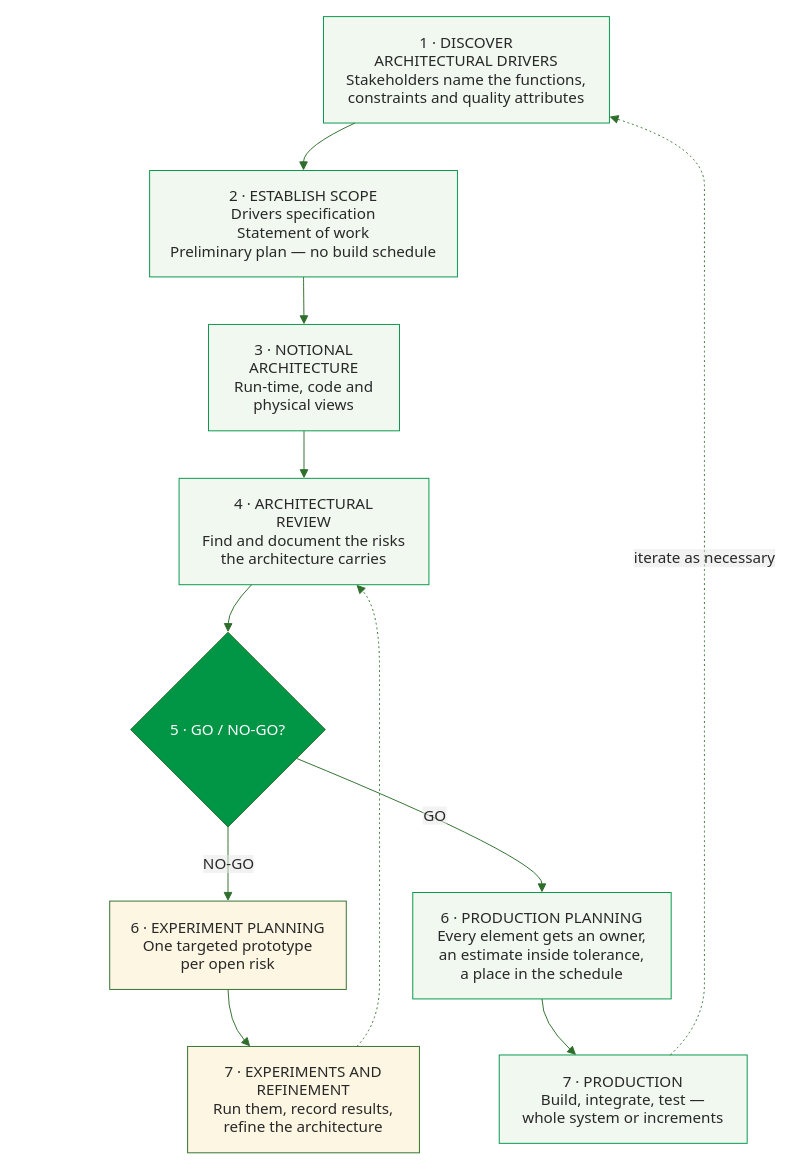
Above: images/acdm.drawio in msdbok/msdbok.github.io (draw.io), before the change. Source tidied: cells renumbered, new cells numbered last; positions are measured from the earlier drawing's top-left corner, leaving out a move shared by most shapes. Both pictures are drawn from the tidied source at 95%, with x=0, y=0 at pixel (109, 16).
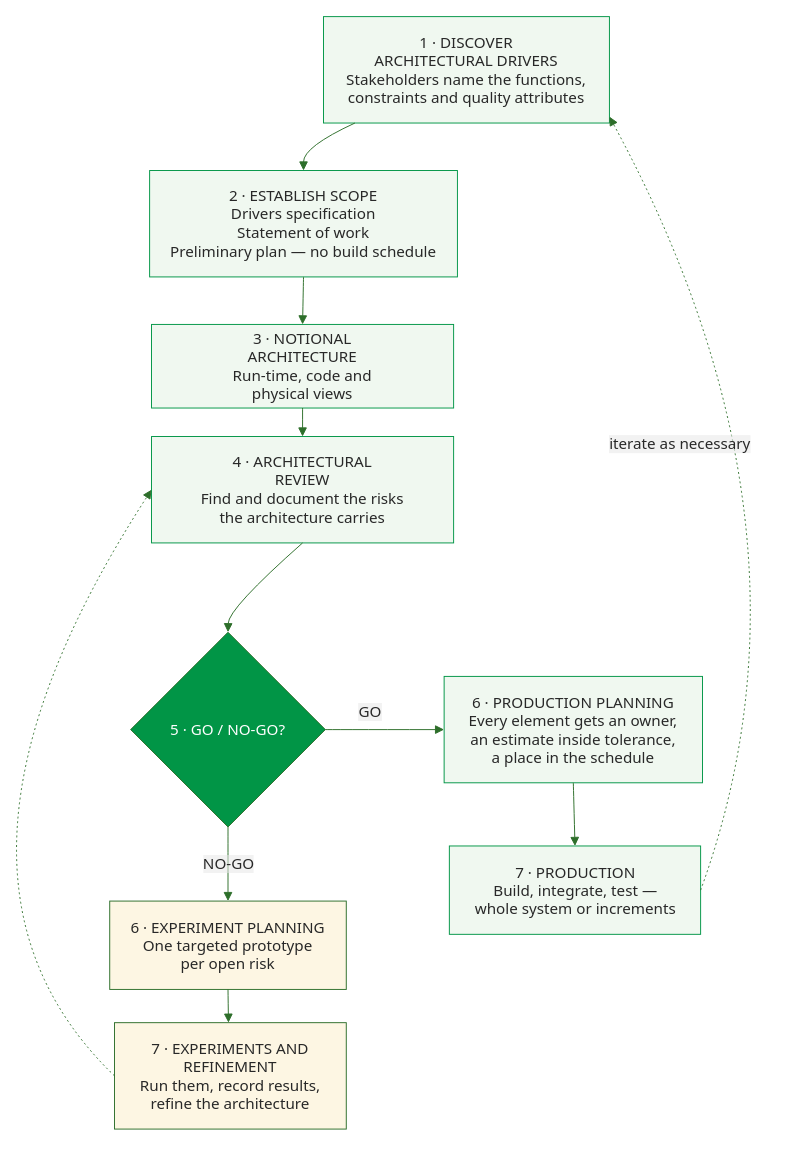
The same page after the edit.

The change refers to these unchanged cells:
```xml
<mxCell id="2" value="1 · DISCOVER&#10;ARCHITECTURAL DRIVERS&#10;Stakeholders name the functions,&#10;constraints and quality attributes" style="html=1;whiteSpace=wrap;strokeWidth=1;fillColor=#f0f8f0;strokeColor=#019546;fontColor=#282828;fontFamily=Tahoma,Verdana,DejaVu Sans,sans-serif;fontSize=16;" parent="1" vertex="1">
  <mxGeometry x="225" width="301" height="112" as="geometry" />
</mxCell>
<mxCell id="6" value="5 · GO / NO-GO?" style="rhombus;html=1;strokeWidth=1;whiteSpace=wrap;fillColor=#019546;strokeColor=#2D6E2A;fontColor=#ffffff;fontFamily=Tahoma,Verdana,DejaVu Sans,sans-serif;fontSize=16;" parent="1" vertex="1">
  <mxGeometry x="22" y="648" width="205" height="205" as="geometry" />
</mxCell>
<mxCell id="7" value="6 · EXPERIMENT PLANNING&#10;One targeted prototype&#10;per open risk" style="html=1;whiteSpace=wrap;strokeWidth=1;fillColor=#fdf6e3;strokeColor=#2D6E2A;fontColor=#282828;fontFamily=Tahoma,Verdana,DejaVu Sans,sans-serif;fontSize=16;" parent="1" vertex="1">
  <mxGeometry y="931" width="249" height="93" as="geometry" />
</mxCell>
```

Change to the diagram source:
```diff
@@
     <mxCell id="4" value="3 · NOTIONAL&#10;ARCHITECTURE&#10;Run-time, code and&#10;physical views" style="html=1;whiteSpace=wrap;strokeWidth=1;fillColor=#f0f8f0;strokeColor=#019546;fontColor=#282828;fontFamily=Tahoma,Verdana,DejaVu Sans,sans-serif;fontSize=16;" parent="1" vertex="1">
-      <mxGeometry x="104" y="324" width="201" height="112" as="geometry" />
+      <mxGeometry x="44" y="324" width="318" height="88" as="geometry" />
     </mxCell>
     <mxCell id="5" value="4 · ARCHITECTURAL&#10;REVIEW&#10;Find and document the risks&#10;the architecture carries" style="html=1;whiteSpace=wrap;strokeWidth=1;fillColor=#f0f8f0;strokeColor=#019546;fontColor=#282828;fontFamily=Tahoma,Verdana,DejaVu Sans,sans-serif;fontSize=16;" parent="1" vertex="1">
-      <mxGeometry x="73" y="486" width="263" height="112" as="geometry" />
+      <mxGeometry x="44" y="442" width="318" height="112" as="geometry" />
     </mxCell>
@@
     <mxCell id="8" value="7 · EXPERIMENTS AND&#10;REFINEMENT&#10;Run them, record results,&#10;refine the architecture" style="html=1;whiteSpace=wrap;strokeWidth=1;fillColor=#fdf6e3;strokeColor=#2D6E2A;fontColor=#282828;fontFamily=Tahoma,Verdana,DejaVu Sans,sans-serif;fontSize=16;" parent="1" vertex="1">
-      <mxGeometry x="82" y="1084" width="244" height="112" as="geometry" />
+      <mxGeometry x="5" y="1059" width="244" height="112" as="geometry" />
     </mxCell>
     <mxCell id="9" value="6 · PRODUCTION PLANNING&#10;Every element gets an owner,&#10;an estimate inside tolerance,&#10;a place in the schedule" style="html=1;whiteSpace=wrap;strokeWidth=1;fillColor=#f0f8f0;strokeColor=#019546;fontColor=#282828;fontFamily=Tahoma,Verdana,DejaVu Sans,sans-serif;fontSize=16;" parent="1" vertex="1">
-      <mxGeometry x="319" y="922" width="272" height="112" as="geometry" />
+      <mxGeometry x="352" y="694.5" width="272" height="112" as="geometry" />
     </mxCell>
     <mxCell id="10" value="7 · PRODUCTION&#10;Build, integrate, test —&#10;whole system or increments" style="html=1;whiteSpace=wrap;strokeWidth=1;fillColor=#f0f8f0;strokeColor=#019546;fontColor=#282828;fontFamily=Tahoma,Verdana,DejaVu Sans,sans-serif;fontSize=16;" parent="1" vertex="1">
-      <mxGeometry x="410" y="1093" width="261" height="93" as="geometry" />
+      <mxGeometry x="357.5" y="873" width="264.5" height="93" as="geometry" />
     </mxCell>
@@
-    <mxCell id="14" style="curved=1;startArrow=none;endArrow=block;endSize=7;strokeColor=#2D6E2A;exitX=0.29;exitY=1;entryX=0.5;entryY=0;" parent="1" edge="1" source="5" target="6">
+    <mxCell id="14" style="curved=1;startArrow=none;endArrow=block;endSize=7;strokeColor=#2D6E2A;exitX=0.5;exitY=1;entryX=0.5;entryY=0;exitDx=0;exitDy=0;" parent="1" edge="1" source="5" target="6">
       <mxGeometry relative="1" as="geometry">
         <Array as="points">
           <mxPoint x="125" y="623" />
         </Array>
       </mxGeometry>
     </mxCell>
@@
-    <mxCell id="16" style="curved=1;startArrow=none;endArrow=block;endSize=7;strokeColor=#2D6E2A;exitX=0.5;exitY=1;entryX=0.27;entryY=0;" parent="1" edge="1" source="7" target="8">
+    <mxCell id="16" style="curved=1;startArrow=none;endArrow=block;endSize=7;strokeColor=#2D6E2A;exitX=0.5;exitY=1;" parent="1" edge="1" source="7">
       <mxGeometry relative="1" as="geometry">
-        <Array as="points">
-          <mxPoint x="125" y="1059" />
-        </Array>
+        <mxPoint x="125" y="1059" as="targetPoint" />
       </mxGeometry>
     </mxCell>
-    <mxCell id="17" style="curved=1;dashed=1;dashPattern=2 3;fixDash=1;startArrow=none;endArrow=block;endSize=7;strokeColor=#2D6E2A;exitX=0.73;exitY=0;entryX=0.71;entryY=1;" parent="1" edge="1" source="8" target="5">
+    <mxCell id="17" style="curved=1;dashed=1;dashPattern=2 3;fixDash=1;startArrow=none;endArrow=block;endSize=7;strokeColor=#2D6E2A;exitX=0;exitY=0.5;entryX=0;entryY=0.5;entryDx=0;entryDy=0;exitDx=0;exitDy=0;" parent="1" edge="1" source="8" target="5">
       <mxGeometry relative="1" as="geometry">
         <Array as="points">
-          <mxPoint x="284" y="1059" />
-          <mxPoint x="284" y="978" />
-          <mxPoint x="284" y="887" />
-          <mxPoint x="284" y="750" />
-          <mxPoint x="284" y="623" />
+          <mxPoint x="-217" y="901" />
         </Array>
       </mxGeometry>
     </mxCell>
-    <mxCell id="18" value="GO" style="curved=1;startArrow=none;endArrow=block;endSize=7;strokeColor=#2D6E2A;html=1;fontSize=16;labelBackgroundColor=light-dark(#E8E8E88D,#2a2a2a8D);fontFamily=Tahoma,Verdana,DejaVu Sans,sans-serif;fontColor=#282828;exitX=1;exitY=0.71;entryX=0.5;entryY=0;" parent="1" edge="1" source="6" target="9">
-      <mxGeometry relative="1" as="geometry">
-        <Array as="points">
-          <mxPoint x="455" y="887" />
-        </Array>
-      </mxGeometry>
+    <mxCell id="18" value="GO" style="curved=1;startArrow=none;endArrow=block;endSize=7;strokeColor=#2D6E2A;html=1;fontSize=16;labelBackgroundColor=light-dark(#E8E8E88D,#2a2a2a8D);fontFamily=Tahoma,Verdana,DejaVu Sans,sans-serif;fontColor=#282828;exitX=1;exitY=0.5;entryX=0;entryY=0.5;entryDx=0;entryDy=0;exitDx=0;exitDy=0;" parent="1" edge="1" source="6" target="9">
+      <mxGeometry x="-0.25" y="19" relative="1" as="geometry" />
     </mxCell>
-    <mxCell id="19" style="curved=1;startArrow=none;endArrow=block;endSize=7;strokeColor=#2D6E2A;exitX=0.5;exitY=1;entryX=0.31;entryY=0;" parent="1" edge="1" source="9" target="10">
-      <mxGeometry relative="1" as="geometry">
-        <Array as="points">
-          <mxPoint x="455" y="1059" />
-        </Array>
-      </mxGeometry>
+    <mxCell id="19" style="curved=1;startArrow=none;endArrow=block;endSize=7;strokeColor=#2D6E2A;exitX=0.5;exitY=1;entryX=0.5;entryY=0;entryDx=0;entryDy=0;" parent="1" edge="1" source="9" target="10">
+      <mxGeometry relative="1" as="geometry" />
     </mxCell>
-    <mxCell id="20" value="iterate as necessary" style="curved=1;dashed=1;dashPattern=2 3;fixDash=1;startArrow=none;endArrow=block;endSize=7;strokeColor=#2D6E2A;html=1;fontSize=16;labelBackgroundColor=light-dark(#E8E8E88D,#2a2a2a8D);fontFamily=Tahoma,Verdana,DejaVu Sans,sans-serif;fontColor=#282828;exitX=0.69;exitY=0;entryX=1;entryY=0.94;" parent="1" edge="1" source="10" target="2">
-      <mxGeometry relative="1" as="geometry">
+    <mxCell id="20" value="iterate as necessary" style="curved=1;dashed=1;dashPattern=2 3;fixDash=1;startArrow=none;endArrow=block;endSize=7;strokeColor=#2D6E2A;html=1;fontSize=16;labelBackgroundColor=light-dark(#E8E8E88D,#2a2a2a8D);fontFamily=Tahoma,Verdana,DejaVu Sans,sans-serif;fontColor=#282828;entryX=1;entryY=0.94;exitX=1;exitY=0.5;exitDx=0;exitDy=0;" parent="1" edge="1" source="10" target="2">
+      <mxGeometry x="0.25" y="99" relative="1" as="geometry">
         <Array as="points">
-          <mxPoint x="626" y="1059" />
-          <mxPoint x="626" y="978" />
-          <mxPoint x="626" y="887" />
-          <mxPoint x="626" y="750" />
-          <mxPoint x="626" y="623" />
-          <mxPoint x="626" y="542" />
-          <mxPoint x="626" y="461" />
-          <mxPoint x="626" y="380" />
-          <mxPoint x="626" y="299" />
-          <mxPoint x="626" y="218" />
-          <mxPoint x="626" y="137" />
+          <mxPoint x="761" y="539" />
         </Array>
+        <mxPoint y="1" as="offset" />
       </mxGeometry>
     </mxCell>
```
